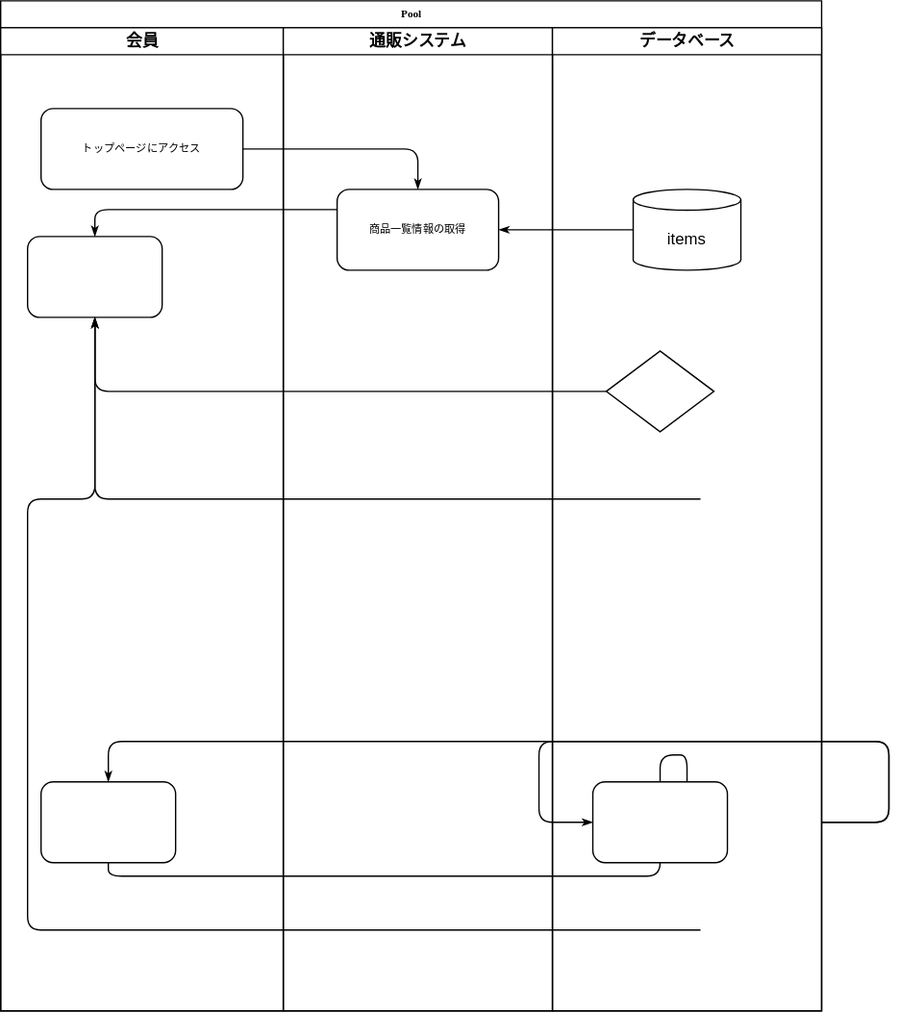
Earlier version of the draw.io export documents/30_内部設計/ログイン処理.svg (la-java-silicon-2021/shopping-doc). Source tidied: cells renumbered, new cells last; positions are measured from the earlier drawing's top-left corner, leaving out a move shared by most shapes.
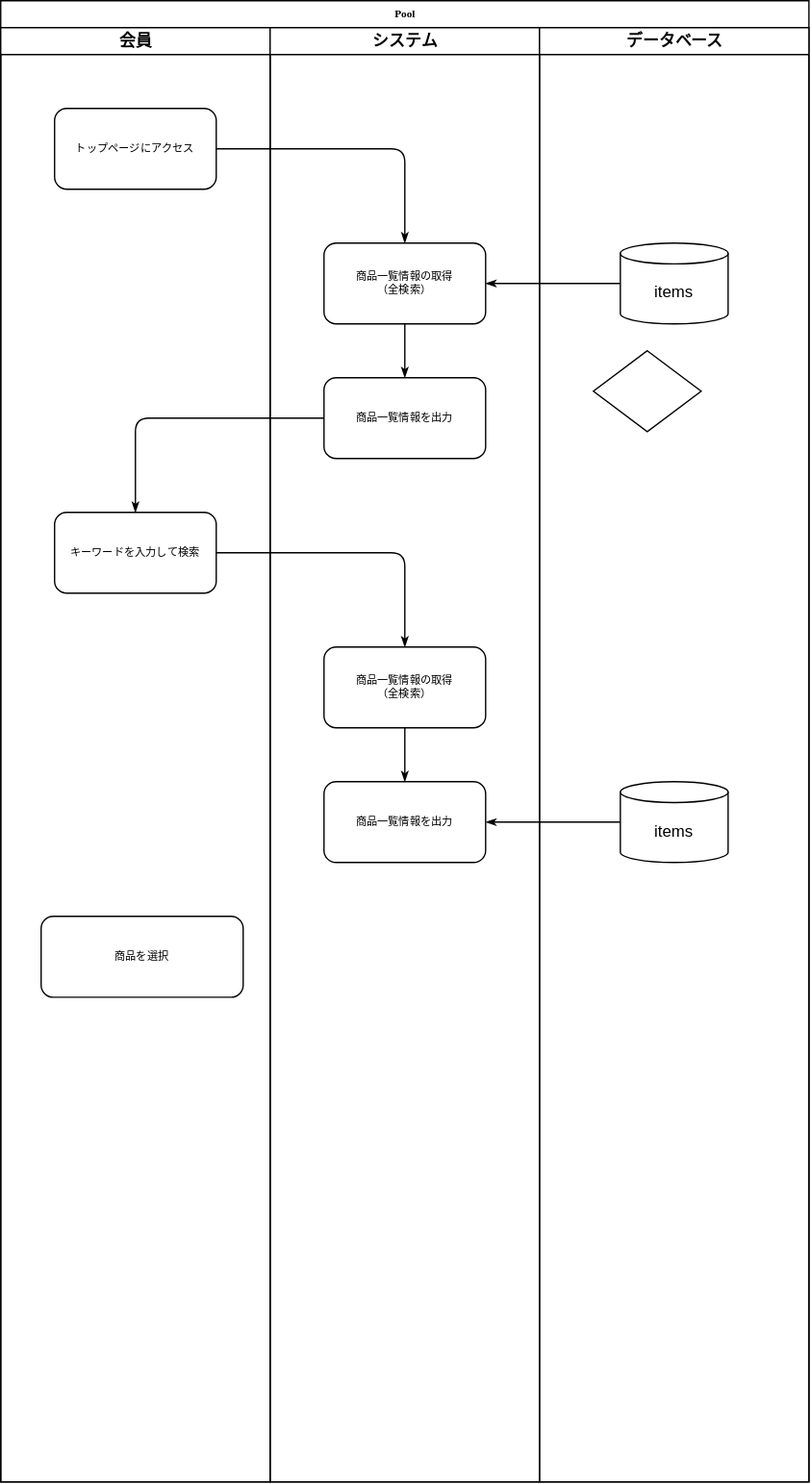
The same file after the commit.

Commit message:
ログイン処理.svg を更新します

Diff of the diagram source:
```diff
@@ -3,104 +3,67 @@
     <mxCell id="0" />
     <mxCell id="1" parent="0" />
     <mxCell id="2" value="Pool" style="swimlane;html=1;startSize=20;rounded=0;shadow=0;labelBackgroundColor=none;strokeWidth=1;fontFamily=Verdana;fontSize=8;align=center;" parent="1" vertex="1">
-      <mxGeometry width="610" height="750" as="geometry" />
+      <mxGeometry width="600" height="1100" as="geometry" />
     </mxCell>
     <mxCell id="3" value="会員" style="swimlane;html=1;startSize=20;" parent="2" vertex="1">
-      <mxGeometry y="20" width="210" height="730" as="geometry" />
+      <mxGeometry y="20" width="200" height="1080" as="geometry" />
     </mxCell>
     <mxCell id="4" value="トップページにアクセス" style="rounded=1;whiteSpace=wrap;html=1;shadow=0;labelBackgroundColor=none;strokeWidth=1;fontFamily=Verdana;fontSize=8;align=center;" parent="3" vertex="1">
-      <mxGeometry x="30" y="60" width="150" height="60" as="geometry" />
+      <mxGeometry x="40" y="60" width="120" height="60" as="geometry" />
     </mxCell>
-    <mxCell id="5" style="rounded=1;whiteSpace=wrap;html=1;shadow=0;labelBackgroundColor=none;strokeWidth=1;fontFamily=Verdana;fontSize=8;align=center;" parent="3" vertex="1">
-      <mxGeometry x="20" y="155" width="100" height="60" as="geometry" />
-    </mxCell>
-    <mxCell id="6" style="rounded=1;whiteSpace=wrap;html=1;shadow=0;labelBackgroundColor=none;strokeWidth=1;fontFamily=Verdana;fontSize=8;align=center;" parent="3" vertex="1">
-      <mxGeometry x="30" y="560" width="100" height="60" as="geometry" />
-    </mxCell>
+    <mxCell id="23" value="キーワードを入力して検索" style="rounded=1;whiteSpace=wrap;html=1;shadow=0;labelBackgroundColor=none;strokeWidth=1;fontFamily=Verdana;fontSize=8;align=center;" parent="3" vertex="1">
+      <mxGeometry x="40" y="360" width="120" height="60" as="geometry" />
+    </mxCell>
+    <mxCell id="24" value="商品を選択" style="rounded=1;whiteSpace=wrap;html=1;shadow=0;labelBackgroundColor=none;strokeWidth=1;fontFamily=Verdana;fontSize=8;align=center;" parent="3" vertex="1">
+      <mxGeometry x="30" y="660" width="150" height="60" as="geometry" />
+    </mxCell>
-    <mxCell id="7" style="edgeStyle=orthogonalEdgeStyle;rounded=1;html=1;labelBackgroundColor=none;startArrow=none;startFill=0;startSize=5;endArrow=classicThin;endFill=1;endSize=5;jettySize=auto;strokeWidth=1;fontFamily=Verdana;fontSize=8;entryX=0.5;entryY=0;entryDx=0;entryDy=0;" parent="2" edge="1" source="4" target="18">
+    <mxCell id="7" style="edgeStyle=orthogonalEdgeStyle;rounded=1;html=1;labelBackgroundColor=none;startArrow=none;startFill=0;startSize=5;endArrow=classicThin;endFill=1;endSize=5;jettySize=auto;strokeWidth=1;fontFamily=Verdana;fontSize=8;entryX=0.5;entryY=0;entryDx=0;entryDy=0;exitX=1;exitY=0.5;exitDx=0;exitDy=0;" parent="2" edge="1" source="4" target="18">
       <mxGeometry relative="1" as="geometry" />
     </mxCell>
-    <mxCell id="8" style="edgeStyle=orthogonalEdgeStyle;rounded=1;html=1;labelBackgroundColor=none;startArrow=none;startFill=0;startSize=5;endArrow=classicThin;endFill=1;endSize=5;jettySize=auto;strokeWidth=1;fontFamily=Verdana;fontSize=8;" parent="2" edge="1" source="18" target="5">
-      <mxGeometry relative="1" as="geometry">
-        <Array as="points">
-          <mxPoint x="240" y="155" />
-          <mxPoint x="70" y="155" />
-        </Array>
-      </mxGeometry>
-    </mxCell>
     <mxCell id="9" style="edgeStyle=orthogonalEdgeStyle;rounded=1;html=1;labelBackgroundColor=none;startArrow=none;startFill=0;startSize=5;endArrow=classicThin;endFill=1;endSize=5;jettySize=auto;strokeWidth=1;fontFamily=Verdana;fontSize=8;" parent="2" edge="1" source="22" target="18">
       <mxGeometry relative="1" as="geometry" />
     </mxCell>
-    <mxCell id="10" style="edgeStyle=orthogonalEdgeStyle;rounded=1;html=1;labelBackgroundColor=none;startArrow=none;startFill=0;startSize=5;endArrow=classicThin;endFill=1;endSize=5;jettySize=auto;strokeWidth=1;fontFamily=Verdana;fontSize=8;" parent="2" edge="1" source="20" target="5">
-      <mxGeometry relative="1" as="geometry" />
-    </mxCell>
-    <mxCell id="11" style="edgeStyle=orthogonalEdgeStyle;rounded=1;html=1;labelBackgroundColor=none;startArrow=none;startFill=0;startSize=5;endArrow=classicThin;endFill=1;endSize=5;jettySize=auto;strokeWidth=1;fontFamily=Verdana;fontSize=8;" parent="2" edge="1" target="5">
-      <mxGeometry relative="1" as="geometry">
-        <mxPoint x="520" y="370" as="sourcePoint" />
-      </mxGeometry>
-    </mxCell>
-    <mxCell id="12" style="edgeStyle=orthogonalEdgeStyle;rounded=1;html=1;labelBackgroundColor=none;startArrow=none;startFill=0;startSize=5;endArrow=classicThin;endFill=1;endSize=5;jettySize=auto;strokeWidth=1;fontFamily=Verdana;fontSize=8;" parent="2" edge="1" target="5">
-      <mxGeometry relative="1" as="geometry">
-        <mxPoint x="520" y="690" as="sourcePoint" />
-        <Array as="points">
-          <mxPoint x="20" y="690" />
-          <mxPoint x="20" y="370" />
-          <mxPoint x="70" y="370" />
-        </Array>
-      </mxGeometry>
-    </mxCell>
-    <mxCell id="13" style="edgeStyle=orthogonalEdgeStyle;rounded=1;html=1;labelBackgroundColor=none;startArrow=none;startFill=0;startSize=5;endArrow=classicThin;endFill=1;endSize=5;jettySize=auto;strokeWidth=1;fontFamily=Verdana;fontSize=8;" parent="2" edge="1" target="21">
-      <mxGeometry relative="1" as="geometry">
-        <mxPoint x="610" y="610" as="sourcePoint" />
-        <Array as="points">
-          <mxPoint x="660" y="610" />
-          <mxPoint x="660" y="550" />
-          <mxPoint x="400" y="550" />
-        </Array>
-      </mxGeometry>
-    </mxCell>
-    <mxCell id="14" style="edgeStyle=orthogonalEdgeStyle;rounded=1;html=1;labelBackgroundColor=none;startArrow=none;startFill=0;startSize=5;endArrow=classicThin;endFill=1;endSize=5;jettySize=auto;strokeWidth=1;fontFamily=Verdana;fontSize=8;" parent="2" edge="1" target="6">
-      <mxGeometry relative="1" as="geometry">
-        <mxPoint x="610" y="610" as="sourcePoint" />
-        <Array as="points">
-          <mxPoint x="660" y="610" />
-          <mxPoint x="660" y="550" />
-          <mxPoint x="80" y="550" />
-        </Array>
-      </mxGeometry>
-    </mxCell>
-    <mxCell id="15" style="edgeStyle=orthogonalEdgeStyle;rounded=1;html=1;labelBackgroundColor=none;startArrow=none;startFill=0;startSize=5;endArrow=classicThin;endFill=1;endSize=5;jettySize=auto;strokeWidth=1;fontFamily=Verdana;fontSize=8;" parent="2" edge="1" source="6">
-      <mxGeometry relative="1" as="geometry">
-        <mxPoint x="510" y="610" as="targetPoint" />
-        <Array as="points">
-          <mxPoint x="80" y="650" />
-          <mxPoint x="490" y="650" />
-          <mxPoint x="490" y="610" />
-        </Array>
-      </mxGeometry>
-    </mxCell>
-    <mxCell id="16" style="edgeStyle=orthogonalEdgeStyle;rounded=1;html=1;labelBackgroundColor=none;startArrow=none;startFill=0;startSize=5;endArrow=classicThin;endFill=1;endSize=5;jettySize=auto;strokeWidth=1;fontFamily=Verdana;fontSize=8;" parent="2" edge="1" source="21">
-      <mxGeometry relative="1" as="geometry">
-        <mxPoint x="510" y="610" as="targetPoint" />
-      </mxGeometry>
-    </mxCell>
-    <mxCell id="17" value="通販システム" style="swimlane;html=1;startSize=20;" parent="2" vertex="1">
-      <mxGeometry x="210" y="20" width="200" height="730" as="geometry" />
+    <mxCell id="17" value="システム" style="swimlane;html=1;startSize=20;" parent="2" vertex="1">
+      <mxGeometry x="200" y="20" width="200" height="1080" as="geometry" />
     </mxCell>
-    <mxCell id="18" value="商品一覧情報の取得" style="rounded=1;whiteSpace=wrap;html=1;shadow=0;labelBackgroundColor=none;strokeWidth=1;fontFamily=Verdana;fontSize=8;align=center;" parent="17" vertex="1">
-      <mxGeometry x="40" y="120" width="120" height="60" as="geometry" />
+    <mxCell id="18" value="商品一覧情報の取得&lt;br&gt;（全検索）" style="rounded=1;whiteSpace=wrap;html=1;shadow=0;labelBackgroundColor=none;strokeWidth=1;fontFamily=Verdana;fontSize=8;align=center;" parent="17" vertex="1">
+      <mxGeometry x="40" y="160" width="120" height="60" as="geometry" />
     </mxCell>
+    <mxCell id="25" value="商品一覧情報を出力" style="rounded=1;whiteSpace=wrap;html=1;shadow=0;labelBackgroundColor=none;strokeWidth=1;fontFamily=Verdana;fontSize=8;align=center;" parent="17" vertex="1">
+      <mxGeometry x="40" y="260" width="120" height="60" as="geometry" />
+    </mxCell>
+    <mxCell id="26" style="edgeStyle=orthogonalEdgeStyle;rounded=1;html=1;labelBackgroundColor=none;startArrow=none;startFill=0;startSize=5;endArrow=classicThin;endFill=1;endSize=5;jettySize=auto;strokeWidth=1;fontFamily=Verdana;fontSize=8;exitX=0.5;exitY=1;exitDx=0;exitDy=0;" parent="17" edge="1" source="18" target="25">
+      <mxGeometry relative="1" as="geometry" />
+    </mxCell>
+    <mxCell id="27" value="商品一覧情報の取得&lt;br&gt;（全検索）" style="rounded=1;whiteSpace=wrap;html=1;shadow=0;labelBackgroundColor=none;strokeWidth=1;fontFamily=Verdana;fontSize=8;align=center;" parent="17" vertex="1">
+      <mxGeometry x="40" y="460" width="120" height="60" as="geometry" />
+    </mxCell>
+    <mxCell id="28" value="商品一覧情報を出力" style="rounded=1;whiteSpace=wrap;html=1;shadow=0;labelBackgroundColor=none;strokeWidth=1;fontFamily=Verdana;fontSize=8;align=center;" parent="17" vertex="1">
+      <mxGeometry x="40" y="560" width="120" height="60" as="geometry" />
+    </mxCell>
+    <mxCell id="29" style="edgeStyle=orthogonalEdgeStyle;rounded=1;html=1;labelBackgroundColor=none;startArrow=none;startFill=0;startSize=5;endArrow=classicThin;endFill=1;endSize=5;jettySize=auto;strokeWidth=1;fontFamily=Verdana;fontSize=8;" parent="17" edge="1" source="27" target="28">
+      <mxGeometry relative="1" as="geometry" />
+    </mxCell>
     <mxCell id="19" value="データベース" style="swimlane;html=1;startSize=20;" parent="2" vertex="1">
-      <mxGeometry x="410" y="20" width="200" height="730" as="geometry" />
+      <mxGeometry x="400" y="20" width="200" height="1080" as="geometry" />
     </mxCell>
     <mxCell id="20" style="rhombus;whiteSpace=wrap;html=1;rounded=0;shadow=0;labelBackgroundColor=none;strokeWidth=1;fontFamily=Verdana;fontSize=8;align=center;" parent="19" vertex="1">
       <mxGeometry x="40" y="240" width="80" height="60" as="geometry" />
     </mxCell>
-    <mxCell id="21" style="rounded=1;whiteSpace=wrap;html=1;shadow=0;labelBackgroundColor=none;strokeWidth=1;fontFamily=Verdana;fontSize=8;align=center;" parent="19" vertex="1">
-      <mxGeometry x="30" y="560" width="100" height="60" as="geometry" />
-    </mxCell>
     <mxCell id="22" value="items" style="shape=cylinder3;whiteSpace=wrap;html=1;boundedLbl=1;backgroundOutline=1;size=7.724137931034477;" parent="19" vertex="1">
-      <mxGeometry x="60" y="120" width="80" height="60" as="geometry" />
+      <mxGeometry x="60" y="160" width="80" height="60" as="geometry" />
     </mxCell>
+    <mxCell id="30" value="items" style="shape=cylinder3;whiteSpace=wrap;html=1;boundedLbl=1;backgroundOutline=1;size=7.724137931034477;" parent="19" vertex="1">
+      <mxGeometry x="60" y="560" width="80" height="60" as="geometry" />
+    </mxCell>
+    <mxCell id="31" style="edgeStyle=orthogonalEdgeStyle;rounded=1;html=1;labelBackgroundColor=none;startArrow=none;startFill=0;startSize=5;endArrow=classicThin;endFill=1;endSize=5;jettySize=auto;strokeWidth=1;fontFamily=Verdana;fontSize=8;" parent="2" edge="1" source="25" target="23">
+      <mxGeometry relative="1" as="geometry" />
+    </mxCell>
+    <mxCell id="32" style="edgeStyle=orthogonalEdgeStyle;rounded=1;html=1;labelBackgroundColor=none;startArrow=none;startFill=0;startSize=5;endArrow=classicThin;endFill=1;endSize=5;jettySize=auto;strokeWidth=1;fontFamily=Verdana;fontSize=8;" parent="2" edge="1" source="30" target="28">
+      <mxGeometry relative="1" as="geometry" />
+    </mxCell>
+    <mxCell id="33" style="edgeStyle=orthogonalEdgeStyle;rounded=1;html=1;labelBackgroundColor=none;startArrow=none;startFill=0;startSize=5;endArrow=classicThin;endFill=1;endSize=5;jettySize=auto;strokeWidth=1;fontFamily=Verdana;fontSize=8;" parent="2" edge="1" source="23" target="27">
+      <mxGeometry relative="1" as="geometry" />
+    </mxCell>
   </root>
 </mxGraphModel>
```
